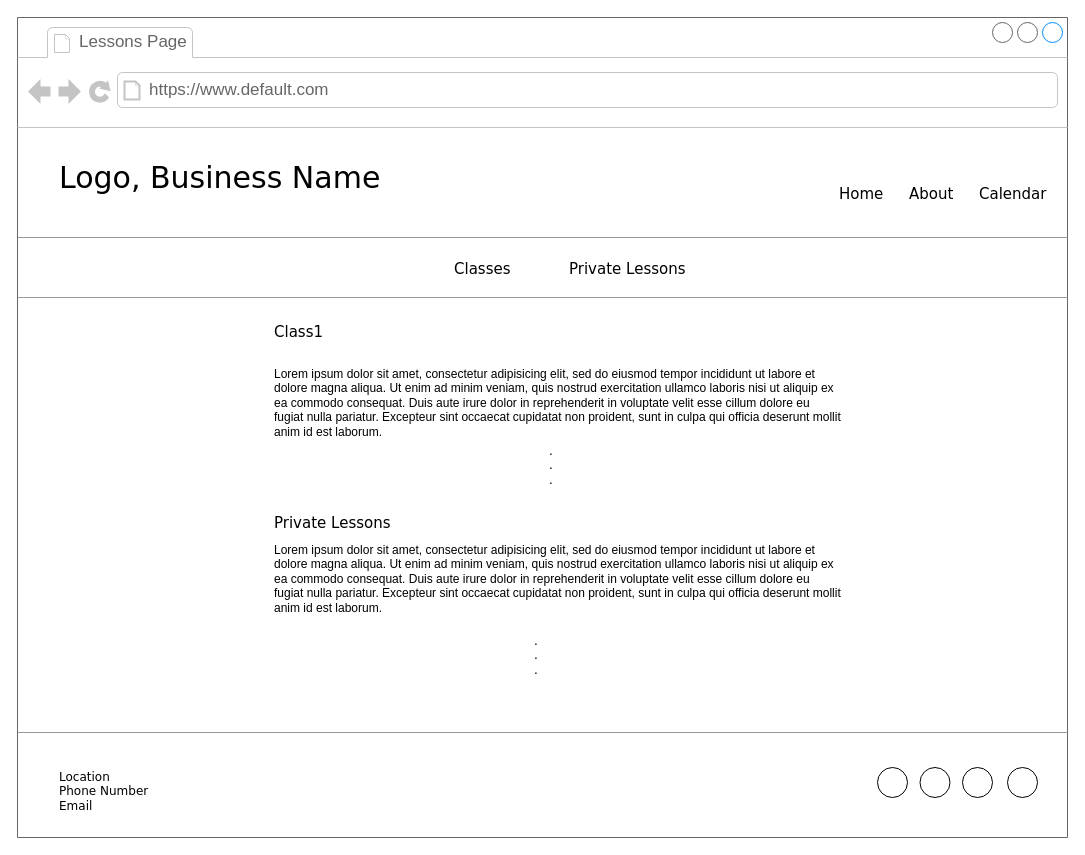
The draw.io diagram page "Lessons Page (Lg Screen)" (3 of 5) of sketches/sitemap-and-layouts.drawio in cyyllam/archery-site, before the edit. Source tidied: cells renumbered, new cells numbered last; positions are measured from the earlier drawing's top-left corner, leaving out a move shared by most shapes. Both pictures are drawn from the tidied source at 100%, with x=0, y=0 at pixel (17, 17).
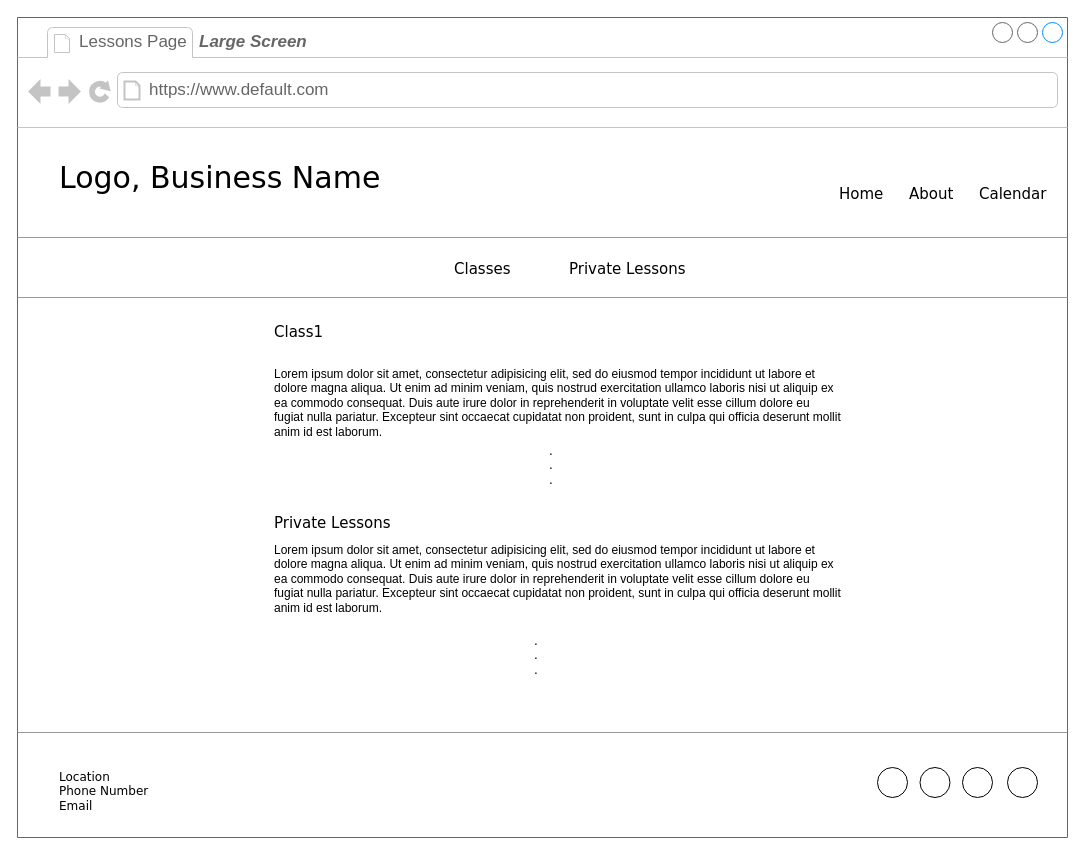
The same diagram, later.

Commit message (it also covers changes not shown here):
updated sketches with small screen option

What changed in the source:
```diff
@@
+    <mxCell id="25" value="Large Screen" style="strokeWidth=1;shadow=0;dashed=0;align=center;html=1;shape=mxgraph.mockup.containers.anchor;fontSize=17;fontColor=#666666;align=left;fontStyle=3;" parent="1" vertex="1">
+      <mxGeometry x="180" y="12" width="110" height="26" as="geometry" />
+    </mxCell>
```
